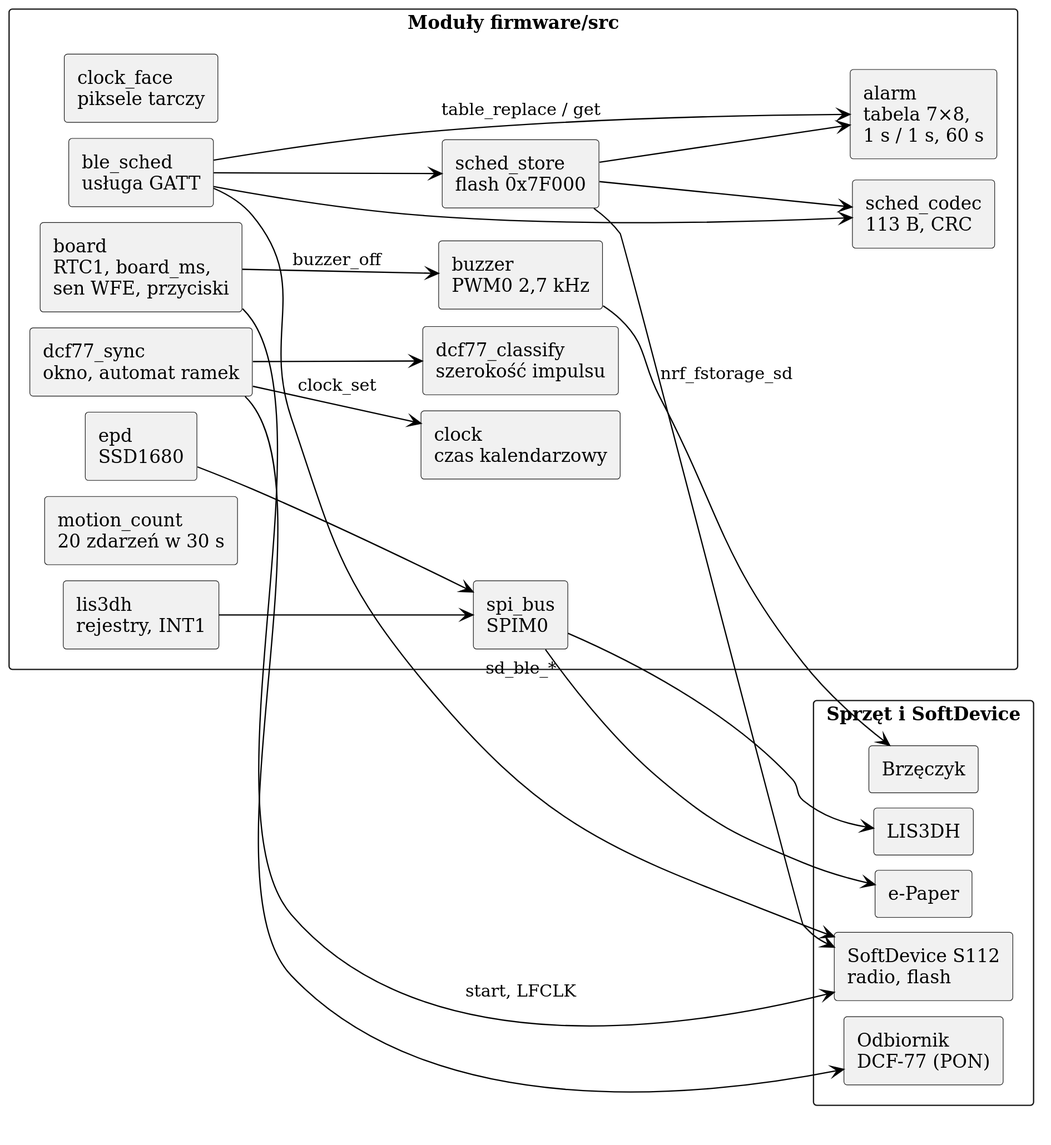
The PlantUML diagram firmware/docs/diagrams/l2-modules-b.svg in mikolajwojcicki/clock-project, before a commit.
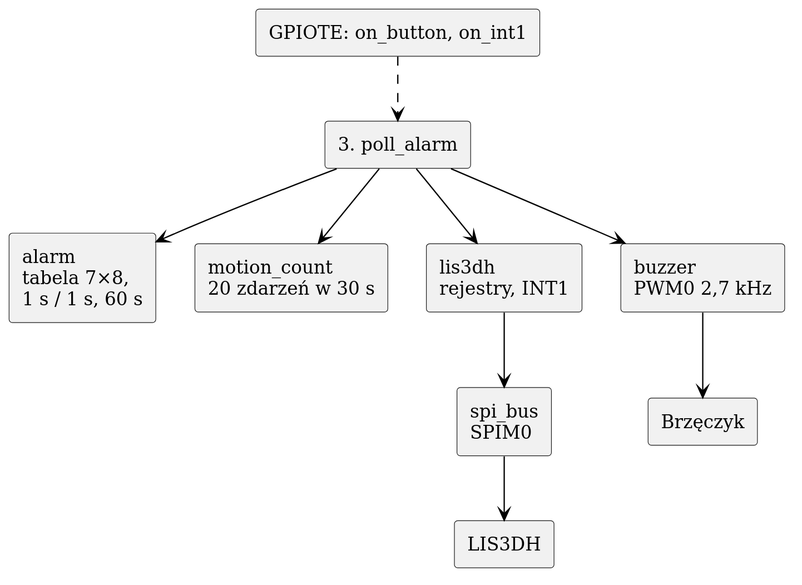
After the change.

What changed in the source:
```diff
@@ -1,5 +1,5 @@
 @startuml
-left to right direction
+top to bottom direction
 skinparam monochrome true
 skinparam shadowing false
 skinparam backgroundColor white
@@ -8,49 +8,26 @@
 skinparam ArrowColor black
 skinparam componentStyle rectangle
 skinparam packageStyle rectangle
-skinparam nodesep 12
-skinparam ranksep 60
+skinparam nodesep 30
+skinparam ranksep 50
 
-package "Moduły firmware/src" as Mods {
-  component "board\nRTC1, board_ms,\nsen WFE, przyciski" as m_board
-  component "alarm\ntabela 7×8,\n1 s / 1 s, 60 s" as m_alarm
-  component "clock\nczas kalendarzowy" as m_clock
-  component "motion_count\n20 zdarzeń w 30 s" as m_motion
-  component "lis3dh\nrejestry, INT1" as m_lis
-  component "buzzer\nPWM0 2,7 kHz" as m_buzz
-  component "dcf77_sync\nokno, automat ramek" as m_dcf
-  component "dcf77_classify\nszerokość impulsu" as m_cls
-  component "ble_sched\nusługa GATT" as m_ble
-  component "sched_store\nflash 0x7F000" as m_store
-  component "sched_codec\n113 B, CRC" as m_codec
-  component "epd\nSSD1680" as m_epd
-  component "clock_face\npiksele tarczy" as m_face
-  component "spi_bus\nSPIM0" as m_spi
-}
+component "GPIOTE: on_button, on_int1" as irq_gpiote
+component "3. poll_alarm" as p_alarm
 
-package "Sprzęt i SoftDevice" as Hw {
-  component "SoftDevice S112\nradio, flash" as sd
-  component "Odbiornik\nDCF-77 (PON)" as hw_dcf
-  component "LIS3DH" as hw_lis
-  component "e-Paper" as hw_epd
-  component "Brzęczyk" as hw_buzz
-}
+component "alarm\ntabela 7×8,\n1 s / 1 s, 60 s" as m_alarm
+component "motion_count\n20 zdarzeń w 30 s" as m_motion
+component "lis3dh\nrejestry, INT1" as m_lis
+component "buzzer\nPWM0 2,7 kHz" as m_buzz
+component "spi_bus\nSPIM0" as m_spi
+component "LIS3DH" as hw_lis
+component "Brzęczyk" as hw_buzz
 
-m_dcf --> m_cls
-m_dcf --> m_clock : clock_set
-m_ble --> m_alarm : table_replace / get
-m_ble --> m_store
-m_ble --> m_codec
-m_store --> m_codec
-m_store --> m_alarm
-m_lis --> m_spi
-m_epd --> m_spi
-m_ble --> sd : sd_ble_*
-m_store --> sd : nrf_fstorage_sd
-m_board --> m_buzz : buzzer_off
-m_board --> sd : start, LFCLK
-m_dcf --> hw_dcf
-m_spi --> hw_lis
-m_spi --> hw_epd
-m_buzz --> hw_buzz
+irq_gpiote .down.> p_alarm
+p_alarm -down-> m_alarm
+p_alarm -down-> m_motion
+p_alarm -down-> m_lis
+p_alarm -down-> m_buzz
+m_lis -down-> m_spi
+m_spi -down-> hw_lis
+m_buzz -down-> hw_buzz
 @enduml
```
